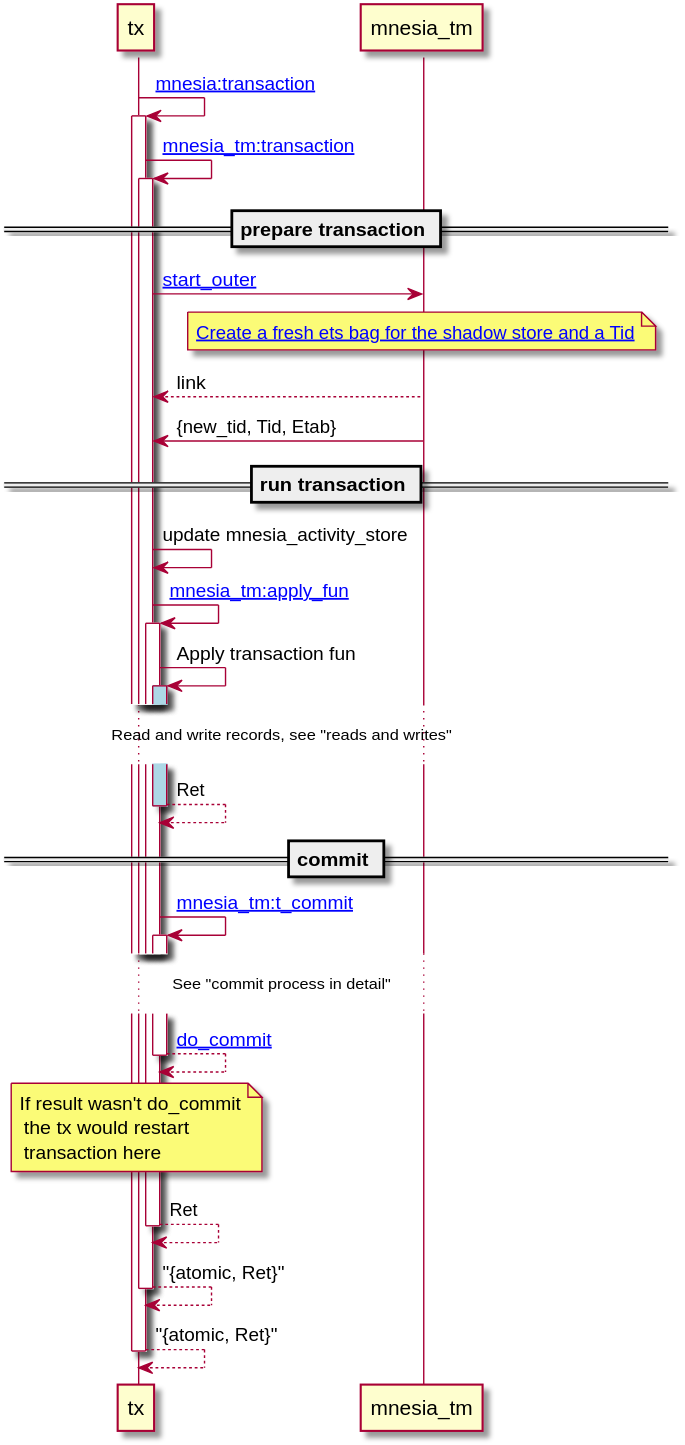
k32/k32 keeps this PlantUML diagram as posts/mnesia_trans.svg. Above is the earlier version. Source of this version:
```plantuml
@startuml
participant tx
participant mnesia_tm

tx -> tx++ : [[https://github.com/erlang/otp/blob/OTP-24.0/lib/mnesia/src/mnesia.erl#L418 mnesia:transaction]]
tx -> tx++ : [[https://github.com/erlang/otp/blob/OTP-24.0/lib/mnesia/src/mnesia_tm.erl#L761 mnesia_tm:transaction]]

== prepare transaction ==
  tx -> mnesia_tm : [[https://github.com/erlang/otp/blob/OTP-24.0/lib/mnesia/src/mnesia_tm.erl#L777 start_outer]]
    note over mnesia_tm: [[https://github.com/erlang/otp/blob/OTP-24.0/lib/mnesia/src/mnesia_tm.erl#L232 Create a fresh ets bag for the shadow store and a Tid]]
  tx <-- mnesia_tm : link
  tx <- mnesia_tm : {new_tid, Tid, Etab}

== run transaction ==
  tx -> tx : update mnesia_activity_store
  tx -> tx ++ : [[https://github.com/erlang/otp/blob/OTP-24.0/lib/mnesia/src/mnesia_tm.erl#L841 mnesia_tm:apply_fun]]
    tx -> tx++ #LightBlue : Apply transaction fun

... Read and write records, see "reads and writes" ...

    return Ret

== commit ==

    tx -> tx++ : [[https://github.com/erlang/otp/blob/OTP-24.0/lib/mnesia/src/mnesia_tm.erl#L1094 mnesia_tm:t_commit]]

... See "commit process in detail" ...

    return [[https://github.com/erlang/otp/blob/OTP-24.0/lib/mnesia/src/mnesia_tm.erl#L844 do_commit]]

    note over tx : If result wasn't do_commit\n the tx would restart\n transaction here
  return Ret
return "{atomic, Ret}"
return "{atomic, Ret}"
@enduml
```
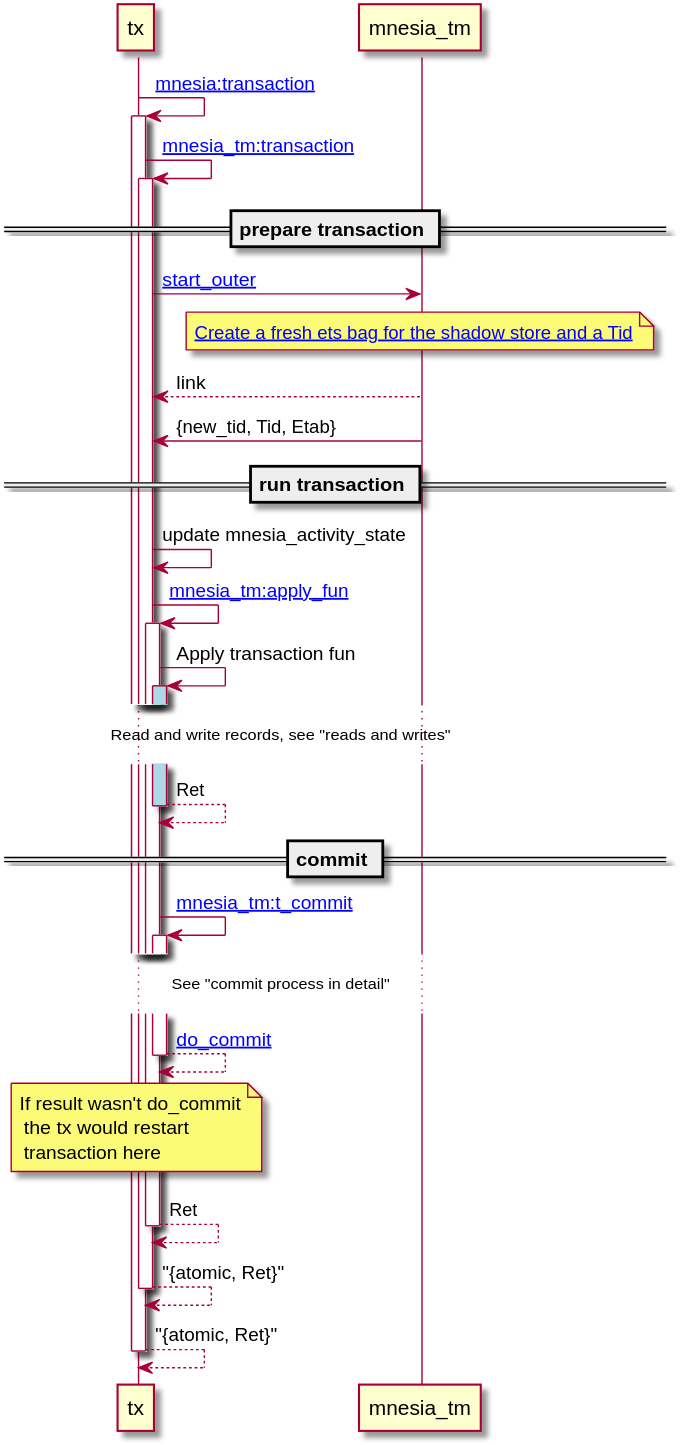
The same file after the commit.

The edit, as a diff of the source:
```diff
@@ -12,7 +12,7 @@
   tx <- mnesia_tm : {new_tid, Tid, Etab}
 
 == run transaction ==
-  tx -> tx : update mnesia_activity_store
+  tx -> tx : update mnesia_activity_state
   tx -> tx ++ : [[https://github.com/erlang/otp/blob/OTP-24.0/lib/mnesia/src/mnesia_tm.erl#L841 mnesia_tm:apply_fun]]
     tx -> tx++ #LightBlue : Apply transaction fun
 
```
